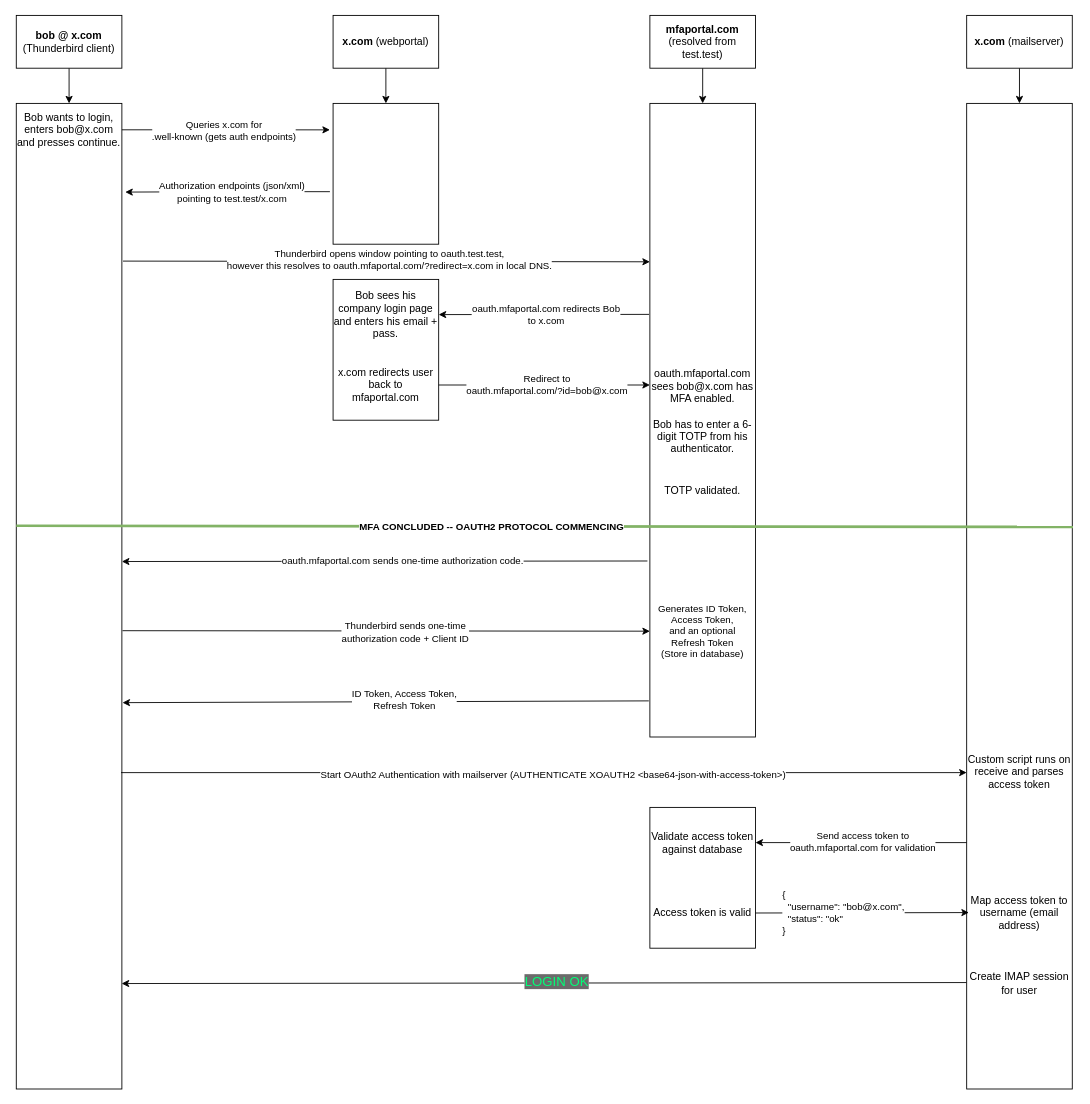
Before: Vertical Lifelines OAuth2 DNS.drawio in Indigo6415/MFA-Implementation-IMAP, a draw.io diagram. Source tidied: cells renumbered, new cells numbered last; positions are measured from the earlier drawing's top-left corner, leaving out a move shared by most shapes. Both pictures are drawn from the tidied source at 88%, with x=0, y=0 at pixel (16, 15).
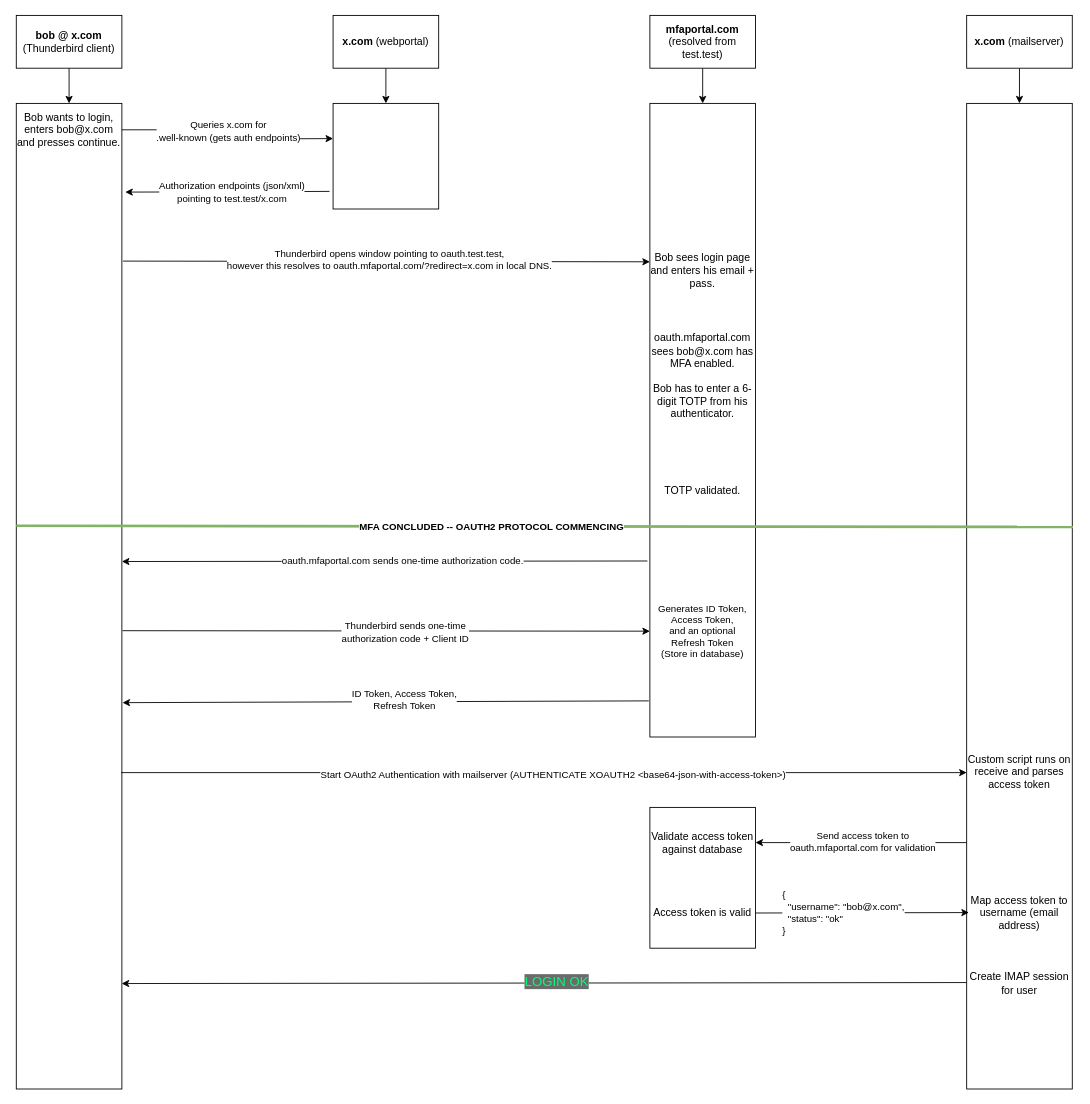
The same page after the edit.

The change refers to these unchanged cells:
```xml
<mxCell id="10" style="rounded=0;whiteSpace=wrap;html=1;" parent="1" vertex="1">
  <mxGeometry y="100" width="120" height="1120" as="geometry" />
</mxCell>
<mxCell id="12" style="rounded=0;whiteSpace=wrap;html=1;" parent="1" vertex="1">
  <mxGeometry x="720" y="100" width="120" height="720" as="geometry" />
</mxCell>
<mxCell id="14" value="Bob wants to login, enters bob@x.com and presses continue." style="text;html=1;whiteSpace=wrap;strokeColor=none;fillColor=none;align=center;verticalAlign=middle;rounded=0;" parent="1" vertex="1">
  <mxGeometry y="100" width="120" height="60" as="geometry" />
</mxCell>
```

The edit, as a diff of the source:
```diff
@@
     <mxCell id="11" style="rounded=0;whiteSpace=wrap;html=1;" parent="1" vertex="1">
-      <mxGeometry x="360" y="100" width="120" height="160" as="geometry" />
+      <mxGeometry x="360" y="100" width="120" height="120" as="geometry" />
     </mxCell>
@@
-    <mxCell id="15" style="edgeStyle=orthogonalEdgeStyle;rounded=0;jettySize=auto;html=1;entryX=-0.03;entryY=0.188;entryDx=0;entryDy=0;entryPerimeter=0;" parent="1" edge="1" source="14" target="11">
-      <mxGeometry relative="1" as="geometry" />
+    <mxCell id="15" style="edgeStyle=orthogonalEdgeStyle;rounded=0;jettySize=auto;html=1;" parent="1" edge="1" source="14">
+      <mxGeometry relative="1" as="geometry">
+        <mxPoint x="360" y="140" as="targetPoint" />
+      </mxGeometry>
     </mxCell>
@@
-    <mxCell id="17" style="edgeStyle=orthogonalEdgeStyle;rounded=0;jettySize=auto;html=1;entryX=1.032;entryY=0.09;entryDx=0;entryDy=0;entryPerimeter=0;exitX=-0.03;exitY=0.627;exitDx=0;exitDy=0;exitPerimeter=0;" parent="1" edge="1" source="11" target="10">
-      <mxGeometry relative="1" as="geometry" />
+    <mxCell id="17" style="edgeStyle=orthogonalEdgeStyle;rounded=0;jettySize=auto;html=1;entryX=1.032;entryY=0.09;entryDx=0;entryDy=0;entryPerimeter=0;" parent="1" edge="1" target="10">
+      <mxGeometry relative="1" as="geometry">
+        <mxPoint x="356" y="200" as="sourcePoint" />
+      </mxGeometry>
     </mxCell>
@@
-    <mxCell id="21" style="rounded=0;whiteSpace=wrap;html=1;" parent="1" vertex="1">
-      <mxGeometry x="360" y="300" width="120" height="160" as="geometry" />
-    </mxCell>
-    <mxCell id="22" style="endArrow=classic;html=1;rounded=0;entryX=1;entryY=0.25;entryDx=0;entryDy=0;exitX=-0.008;exitY=0.333;exitDx=0;exitDy=0;exitPerimeter=0;" parent="1" edge="1" source="12" target="21">
-      <mxGeometry relative="1" as="geometry" />
-    </mxCell>
-    <mxCell id="23" value="oauth.mfaportal.com redirects Bob&lt;br&gt;to x.com" style="edgeLabel;html=1;align=center;verticalAlign=middle;" parent="22" vertex="1">
-      <mxGeometry x="-0.01" relative="1" as="geometry" />
-    </mxCell>
-    <mxCell id="24" style="endArrow=classic;html=1;rounded=0;exitX=1;exitY=0.75;exitDx=0;exitDy=0;entryX=0;entryY=0.25;entryDx=0;entryDy=0;" parent="1" edge="1" source="21" target="28">
-      <mxGeometry relative="1" as="geometry" />
-    </mxCell>
-    <mxCell id="25" value="Redirect to &lt;br&gt;oauth.mfaportal.com/?id=bob@x.com" style="edgeLabel;html=1;align=center;verticalAlign=middle;" parent="24" vertex="1">
-      <mxGeometry x="0.02" y="1" relative="1" as="geometry" />
-    </mxCell>
-    <mxCell id="26" value="Bob sees his company login page and enters his email + pass." style="text;html=1;whiteSpace=wrap;strokeColor=none;fillColor=none;align=center;verticalAlign=middle;rounded=0;" parent="1" vertex="1">
-      <mxGeometry x="360" y="300" width="120" height="80" as="geometry" />
+    <mxCell id="26" value="Bob sees login page and enters his email + pass." style="text;html=1;whiteSpace=wrap;strokeColor=none;fillColor=none;align=center;verticalAlign=middle;rounded=0;" parent="1" vertex="1">
+      <mxGeometry x="720" y="250" width="120" height="80" as="geometry" />
     </mxCell>
-    <mxCell id="27" value="x.com redirects user back to mfaportal.com" style="text;html=1;whiteSpace=wrap;strokeColor=none;fillColor=none;align=center;verticalAlign=middle;rounded=0;" parent="1" vertex="1">
-      <mxGeometry x="360" y="380" width="120" height="80" as="geometry" />
-    </mxCell>
     <mxCell id="28" value="oauth.mfaportal.com sees bob@x.com has MFA enabled.&lt;br&gt;&lt;br&gt;Bob has to enter a 6-digit TOTP from his authenticator." style="text;html=1;whiteSpace=wrap;strokeColor=none;fillColor=none;align=center;verticalAlign=middle;rounded=0;" parent="1" vertex="1">
-      <mxGeometry x="720" y="390" width="120" height="120" as="geometry" />
+      <mxGeometry x="720" y="350" width="120" height="120" as="geometry" />
     </mxCell>
```
